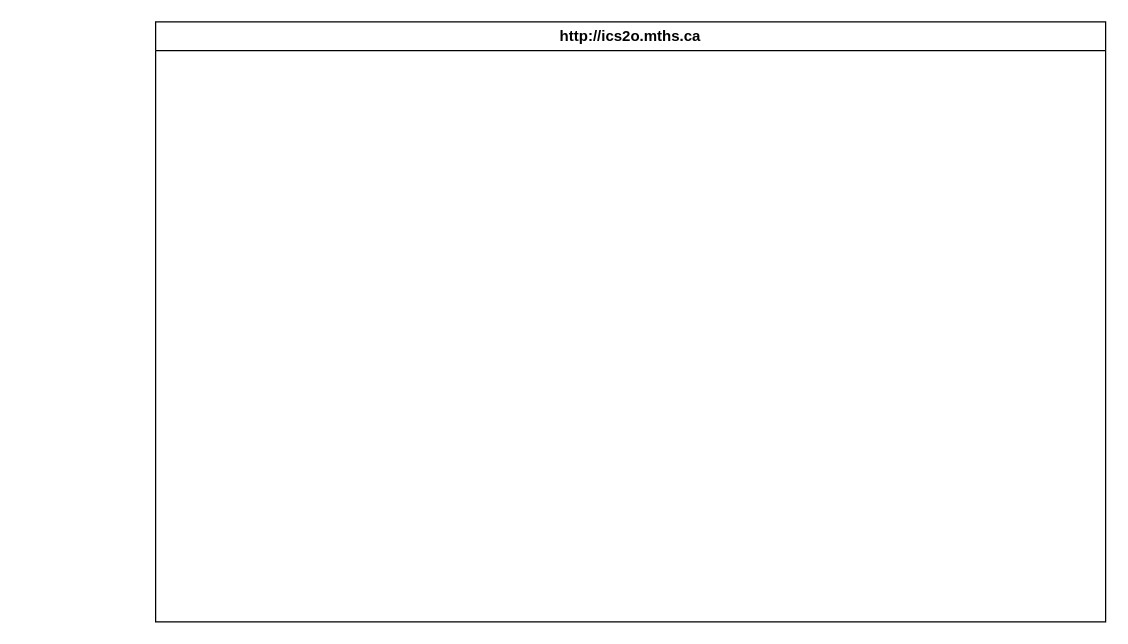
The draw.io diagram design/storyboard.drawio in MTHS-ICD2O-1-2023/ICD2O-Unit-5-03-pablo-fiallos-granados, before the edit. Source tidied: cells renumbered, new cells numbered last; positions are measured from the earlier drawing's top-left corner, leaving out a move shared by most shapes. Both pictures are drawn from the tidied source at 125%, with x=0, y=0 at pixel (155, 21). Pictures stored in the file or linked from it are replaced by grey dashed boxes.
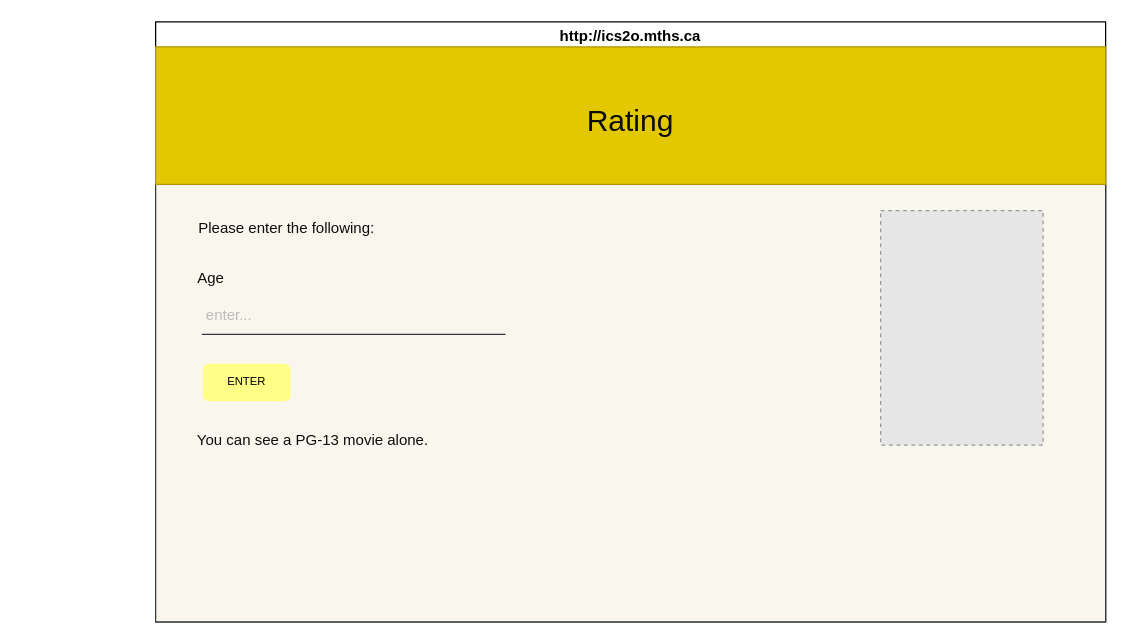
The same page after the edit.

The edit, as a diff of the source:
```diff
@@
 <mxGraphModel>
   <root>
     <mxCell id="0" />
     <mxCell id="1" parent="0" />
     <mxCell id="2" value="http://ics2o.mths.ca" style="swimlane;whiteSpace=wrap;html=1;" parent="1" vertex="1">
       <mxGeometry width="760" height="480" as="geometry" />
     </mxCell>
+    <mxCell id="3" style="rounded=0;whiteSpace=wrap;html=1;fillColor=#f9f7ed;strokeColor=#36393d;fontSize=9;" parent="2" vertex="1">
+      <mxGeometry y="130" width="760" height="350" as="geometry" />
+    </mxCell>
+    <mxCell id="4" value="Please enter the following:" style="text;html=1;strokeColor=none;fillColor=none;align=center;verticalAlign=middle;whiteSpace=wrap;rounded=0;fontColor=#0D0D0D;" parent="2" vertex="1">
+      <mxGeometry x="30" y="150" width="150" height="30" as="geometry" />
+    </mxCell>
+    <mxCell id="5" value="Age" style="text;html=1;strokeColor=none;fillColor=none;align=center;verticalAlign=middle;whiteSpace=wrap;rounded=0;fontColor=#0D0D0D;" parent="2" vertex="1">
+      <mxGeometry x="-107" y="190" width="303" height="30" as="geometry" />
+    </mxCell>
+    <mxCell id="6" style="endArrow=none;html=1;fontColor=#0D0D0D;jumpSize=5;fillColor=#eeeeee;strokeColor=#36393d;" parent="2" edge="1">
+      <mxGeometry relative="1" as="geometry">
+        <mxPoint x="37" y="250" as="sourcePoint" />
+        <mxPoint x="280" y="250" as="targetPoint" />
+      </mxGeometry>
+    </mxCell>
+    <mxCell id="7" value="enter..." style="text;html=1;strokeColor=none;fillColor=none;align=center;verticalAlign=middle;whiteSpace=wrap;rounded=0;fontColor=#BDBBB9;" parent="2" vertex="1">
+      <mxGeometry x="28" y="220" width="62" height="30" as="geometry" />
+    </mxCell>
+    <mxCell id="8" style="whiteSpace=wrap;html=1;fillColor=#e3c800;fontColor=#000000;strokeColor=#B09500;" parent="2" vertex="1">
+      <mxGeometry y="20" width="760" height="110" as="geometry" />
+    </mxCell>
+    <mxCell id="9" value="&lt;font color=&quot;#000000&quot; style=&quot;font-size: 9px;&quot;&gt;ENTER&lt;/font&gt;" style="rounded=1;whiteSpace=wrap;html=1;fillColor=#ffff88;strokeColor=none;fontSize=9;" parent="2" vertex="1">
+      <mxGeometry x="38" y="273.4" width="70" height="30" as="geometry" />
+    </mxCell>
+    <mxCell id="10" value="You can see a PG-13 movie alone." style="text;html=1;strokeColor=none;fillColor=none;align=center;verticalAlign=middle;whiteSpace=wrap;rounded=0;fontColor=#0D0D0D;" parent="2" vertex="1">
+      <mxGeometry y="320" width="252" height="30" as="geometry" />
+    </mxCell>
+    <mxCell id="11" style="fillColor=#E6E6E6;strokeColor=#999999;dashed=1;verticalLabelPosition=bottom;labelBackgroundColor=default;verticalAlign=top;" parent="2" vertex="1">
+      <mxGeometry x="580" y="150.9" width="130" height="187.7" as="geometry" />
+    </mxCell>
+    <mxCell id="12" value="&lt;h1&gt;&lt;font color=&quot;#0d0d0d&quot;&gt;&lt;span style=&quot;font-weight: 400;&quot;&gt;Rating&lt;/span&gt;&lt;/font&gt;&lt;/h1&gt;" style="text;html=1;strokeColor=none;fillColor=none;align=center;verticalAlign=middle;whiteSpace=wrap;rounded=0;" parent="1" vertex="1">
+      <mxGeometry x="160" y="20" width="440" height="120" as="geometry" />
+    </mxCell>
   </root>
 </mxGraphModel>
```
